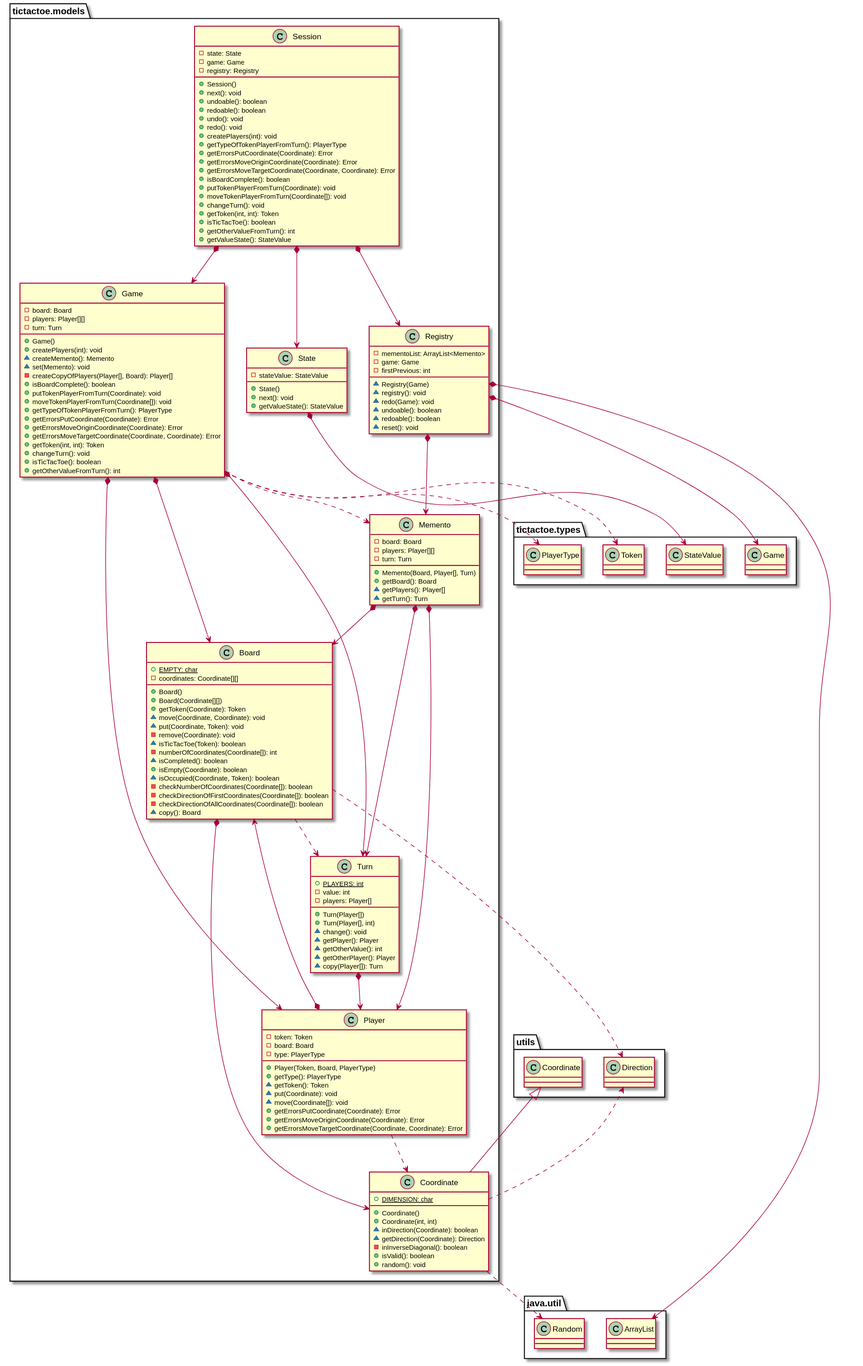
x-USantaTecla-game-ticTacToe/java keeps this PlantUML diagram as docs/build/docs/asciidoc/images/tictactoeModelsVersion9.svg. Above is the earlier version.
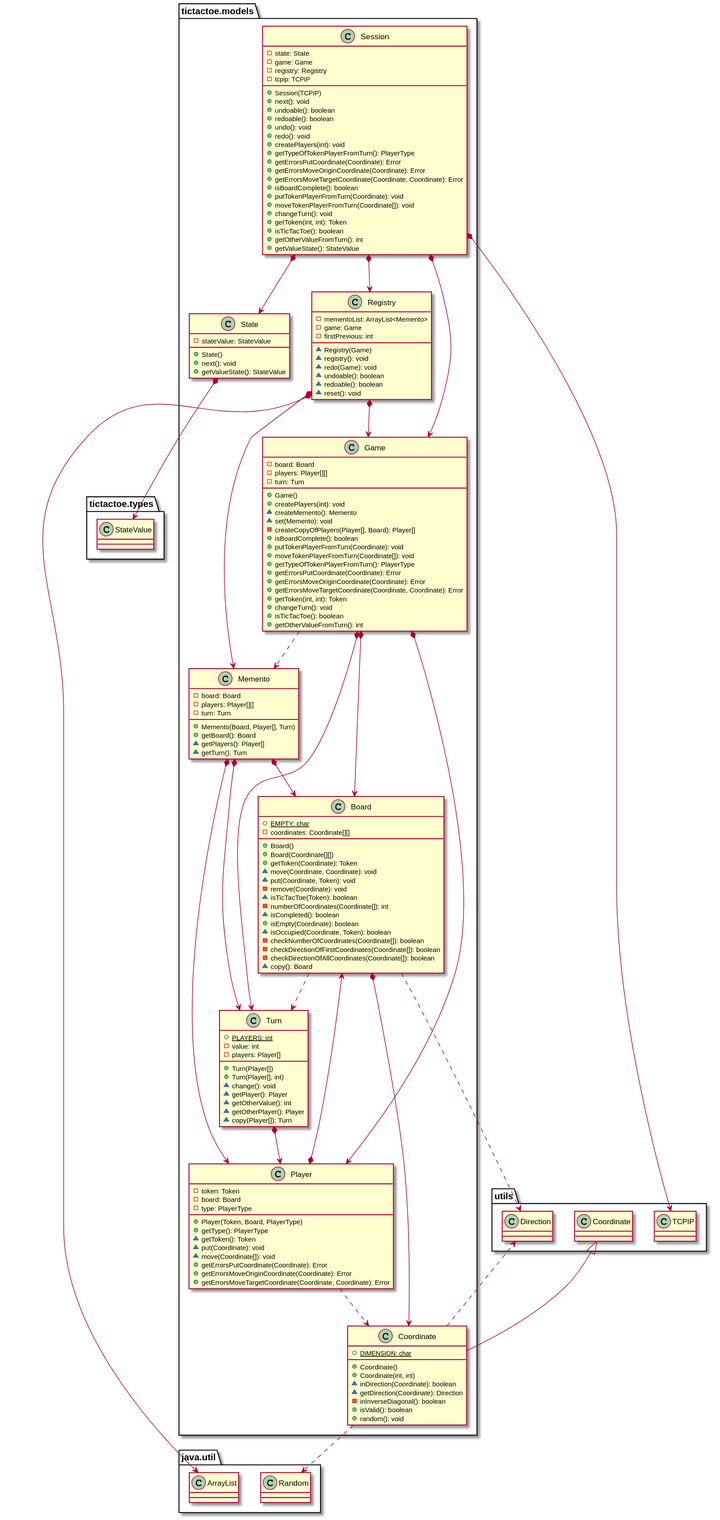
Above is the later version.

The edit, as a diff of the source:
```diff
@@ -61,8 +61,6 @@
 tictactoe.models.Game *-down-> tictactoe.models.Board
 tictactoe.models.Game *-down-> tictactoe.models.Player
 tictactoe.models.Game *-down-> tictactoe.models.Turn
-tictactoe.models.Game ..> tictactoe.types.Token
-tictactoe.models.Game ..> tictactoe.types.PlayerType
 tictactoe.models.Game ..> tictactoe.models.Memento
 
 class  tictactoe.models.Memento{
@@ -105,7 +103,7 @@
 ~ redoable(): boolean
 ~ reset(): void
 }
-tictactoe.models.Registry *-down-> tictactoe.types.Game
+tictactoe.models.Registry *-down-> tictactoe.models.Game
 tictactoe.models.Registry *-down-> tictactoe.models.Memento
 tictactoe.models.Registry *-down-> java.util.ArrayList
 
@@ -113,7 +111,8 @@
 - state: State
 - game: Game
 - registry: Registry
-+ Session()
+- tcpip: TCPIP
++ Session(TCPIP)
 + next(): void
 + undoable(): boolean
 + redoable(): boolean
@@ -136,6 +135,7 @@
 tictactoe.models.Session *-down-> tictactoe.models.State
 tictactoe.models.Session *-down-> tictactoe.models.Game
 tictactoe.models.Session *-down-> tictactoe.models.Registry
+tictactoe.models.Session *-down-> utils.TCPIP
 
 class  tictactoe.models.State{
 - stateValue: StateValue
```
